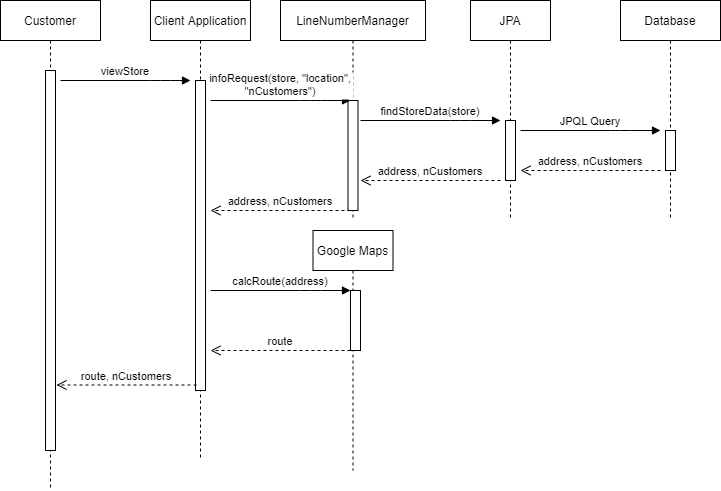
Furcanzo/BurattiIncesuluHrvoj keeps this draw.io diagram as DD/Images/CustomerSequenceDiagrams/ViewStoreSequenceDiagram.png. Above is the earlier version. Source tidied: cells renumbered, new cells last; positions are measured from the earlier drawing's top-left corner, leaving out a move shared by most shapes. Source of this version:
```xml
<mxGraphModel>
  <root>
    <mxCell id="0" />
    <mxCell id="1" parent="0" />
    <mxCell id="2" value="Customer" style="shape=umlLifeline;perimeter=lifelinePerimeter;rounded=0;shadow=0;strokeWidth=1;" parent="1" vertex="1">
      <mxGeometry width="100" height="490" as="geometry" />
    </mxCell>
    <mxCell id="3" style="perimeter=orthogonalPerimeter;rounded=0;shadow=0;strokeWidth=1;" parent="2" vertex="1">
      <mxGeometry x="45" y="70" width="10" height="380" as="geometry" />
    </mxCell>
    <mxCell id="4" value="Client Application" style="shape=umlLifeline;perimeter=lifelinePerimeter;rounded=0;shadow=0;strokeWidth=1;" parent="1" vertex="1">
      <mxGeometry x="150" width="100" height="460" as="geometry" />
    </mxCell>
    <mxCell id="5" style="perimeter=orthogonalPerimeter;rounded=0;shadow=0;strokeWidth=1;" parent="4" vertex="1">
      <mxGeometry x="45" y="80" width="10" height="310" as="geometry" />
    </mxCell>
    <mxCell id="6" value="viewStore" style="verticalAlign=bottom;endArrow=block;shadow=0;strokeWidth=1;" parent="1" edge="1">
      <mxGeometry relative="1" as="geometry">
        <mxPoint x="60" y="80" as="sourcePoint" />
        <mxPoint x="190" y="80" as="targetPoint" />
        <Array as="points">
          <mxPoint x="160" y="80" />
        </Array>
      </mxGeometry>
    </mxCell>
    <mxCell id="7" value="LineNumberManager" style="shape=umlLifeline;perimeter=lifelinePerimeter;rounded=0;shadow=0;strokeWidth=1;" parent="1" vertex="1">
      <mxGeometry x="280" width="145" height="220" as="geometry" />
    </mxCell>
    <mxCell id="8" style="perimeter=orthogonalPerimeter;rounded=0;shadow=0;strokeWidth=1;" parent="7" vertex="1">
      <mxGeometry x="67.5" y="100" width="10" height="110" as="geometry" />
    </mxCell>
    <mxCell id="9" value="JPA" style="shape=umlLifeline;perimeter=lifelinePerimeter;rounded=0;shadow=0;strokeWidth=1;" parent="1" vertex="1">
      <mxGeometry x="470" width="80" height="220" as="geometry" />
    </mxCell>
    <mxCell id="10" style="perimeter=orthogonalPerimeter;rounded=0;shadow=0;strokeWidth=1;" parent="9" vertex="1">
      <mxGeometry x="35" y="120" width="10" height="60" as="geometry" />
    </mxCell>
    <mxCell id="11" value="Database" style="shape=umlLifeline;perimeter=lifelinePerimeter;rounded=0;shadow=0;strokeWidth=1;" parent="1" vertex="1">
      <mxGeometry x="620" width="100" height="220" as="geometry" />
    </mxCell>
    <mxCell id="12" style="perimeter=orthogonalPerimeter;rounded=0;shadow=0;strokeWidth=1;" parent="11" vertex="1">
      <mxGeometry x="45" y="130" width="10" height="40" as="geometry" />
    </mxCell>
    <mxCell id="13" value="infoRequest(store, &quot;location&quot;, &#10;&quot;nCustomers&quot;)" style="verticalAlign=bottom;endArrow=block;shadow=0;strokeWidth=1;" parent="1" edge="1">
      <mxGeometry relative="1" as="geometry">
        <mxPoint x="210" y="100" as="sourcePoint" />
        <mxPoint x="350" y="100" as="targetPoint" />
        <Array as="points">
          <mxPoint x="310" y="100" />
        </Array>
      </mxGeometry>
    </mxCell>
    <mxCell id="14" value="address, nCustomers" style="verticalAlign=bottom;endArrow=open;dashed=1;endSize=8;shadow=0;strokeWidth=1;" parent="1" edge="1">
      <mxGeometry relative="1" as="geometry">
        <mxPoint x="350" y="210" as="sourcePoint" />
        <mxPoint x="210" y="210" as="targetPoint" />
      </mxGeometry>
    </mxCell>
    <mxCell id="15" value="findStoreData(store)" style="verticalAlign=bottom;endArrow=block;shadow=0;strokeWidth=1;" parent="1" edge="1">
      <mxGeometry relative="1" as="geometry">
        <mxPoint x="360" y="120" as="sourcePoint" />
        <mxPoint x="500" y="120" as="targetPoint" />
        <Array as="points">
          <mxPoint x="460" y="120" />
        </Array>
      </mxGeometry>
    </mxCell>
    <mxCell id="16" value="JPQL Query" style="verticalAlign=bottom;endArrow=block;shadow=0;strokeWidth=1;" parent="1" edge="1">
      <mxGeometry relative="1" as="geometry">
        <mxPoint x="520" y="130" as="sourcePoint" />
        <mxPoint x="660" y="130" as="targetPoint" />
        <Array as="points">
          <mxPoint x="620" y="130" />
        </Array>
      </mxGeometry>
    </mxCell>
    <mxCell id="17" value="address, nCustomers" style="verticalAlign=bottom;endArrow=open;dashed=1;endSize=8;shadow=0;strokeWidth=1;" parent="1" edge="1">
      <mxGeometry relative="1" as="geometry">
        <mxPoint x="660" y="170" as="sourcePoint" />
        <mxPoint x="520" y="170" as="targetPoint" />
      </mxGeometry>
    </mxCell>
    <mxCell id="18" value="address, nCustomers" style="verticalAlign=bottom;endArrow=open;dashed=1;endSize=8;shadow=0;strokeWidth=1;" parent="1" edge="1">
      <mxGeometry relative="1" as="geometry">
        <mxPoint x="500" y="180" as="sourcePoint" />
        <mxPoint x="360" y="180" as="targetPoint" />
      </mxGeometry>
    </mxCell>
    <mxCell id="19" value="Google Maps" style="shape=umlLifeline;perimeter=lifelinePerimeter;rounded=0;shadow=0;strokeWidth=1;" parent="1" vertex="1">
      <mxGeometry x="312.5" y="230" width="80" height="240" as="geometry" />
    </mxCell>
    <mxCell id="20" style="perimeter=orthogonalPerimeter;rounded=0;shadow=0;strokeWidth=1;" parent="19" vertex="1">
      <mxGeometry x="37.5" y="60" width="10" height="60" as="geometry" />
    </mxCell>
    <mxCell id="21" value="calcRoute(address)" style="verticalAlign=bottom;endArrow=block;shadow=0;strokeWidth=1;" parent="1" edge="1">
      <mxGeometry relative="1" as="geometry">
        <mxPoint x="210" y="290" as="sourcePoint" />
        <mxPoint x="350" y="290" as="targetPoint" />
        <Array as="points">
          <mxPoint x="310" y="290" />
        </Array>
      </mxGeometry>
    </mxCell>
    <mxCell id="22" value="route" style="verticalAlign=bottom;endArrow=open;dashed=1;endSize=8;shadow=0;strokeWidth=1;" parent="1" edge="1">
      <mxGeometry relative="1" as="geometry">
        <mxPoint x="350" y="350" as="sourcePoint" />
        <mxPoint x="210" y="350" as="targetPoint" />
      </mxGeometry>
    </mxCell>
    <mxCell id="23" value="route, nCustomers" style="verticalAlign=bottom;endArrow=open;dashed=1;endSize=8;shadow=0;strokeWidth=1;" parent="1" edge="1">
      <mxGeometry relative="1" as="geometry">
        <mxPoint x="196" y="384.5" as="sourcePoint" />
        <mxPoint x="56" y="384.5" as="targetPoint" />
      </mxGeometry>
    </mxCell>
  </root>
</mxGraphModel>
```
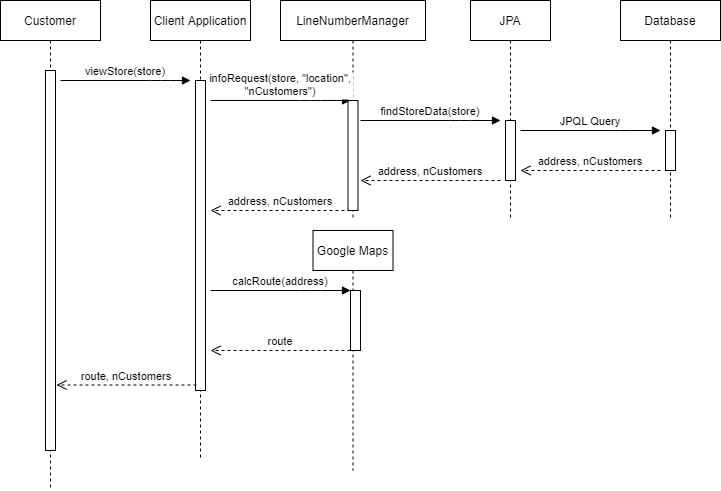
After the change.

Commit message:
fixed ViewStore sequence diagram and exported in png

What changed in the source:
```diff
@@ -14,7 +14,7 @@
     <mxCell id="5" style="perimeter=orthogonalPerimeter;rounded=0;shadow=0;strokeWidth=1;" parent="4" vertex="1">
       <mxGeometry x="45" y="80" width="10" height="310" as="geometry" />
     </mxCell>
-    <mxCell id="6" value="viewStore" style="verticalAlign=bottom;endArrow=block;shadow=0;strokeWidth=1;" parent="1" edge="1">
+    <mxCell id="6" value="viewStore(store)" style="verticalAlign=bottom;endArrow=block;shadow=0;strokeWidth=1;" parent="1" edge="1">
       <mxGeometry relative="1" as="geometry">
         <mxPoint x="60" y="80" as="sourcePoint" />
         <mxPoint x="190" y="80" as="targetPoint" />
```
